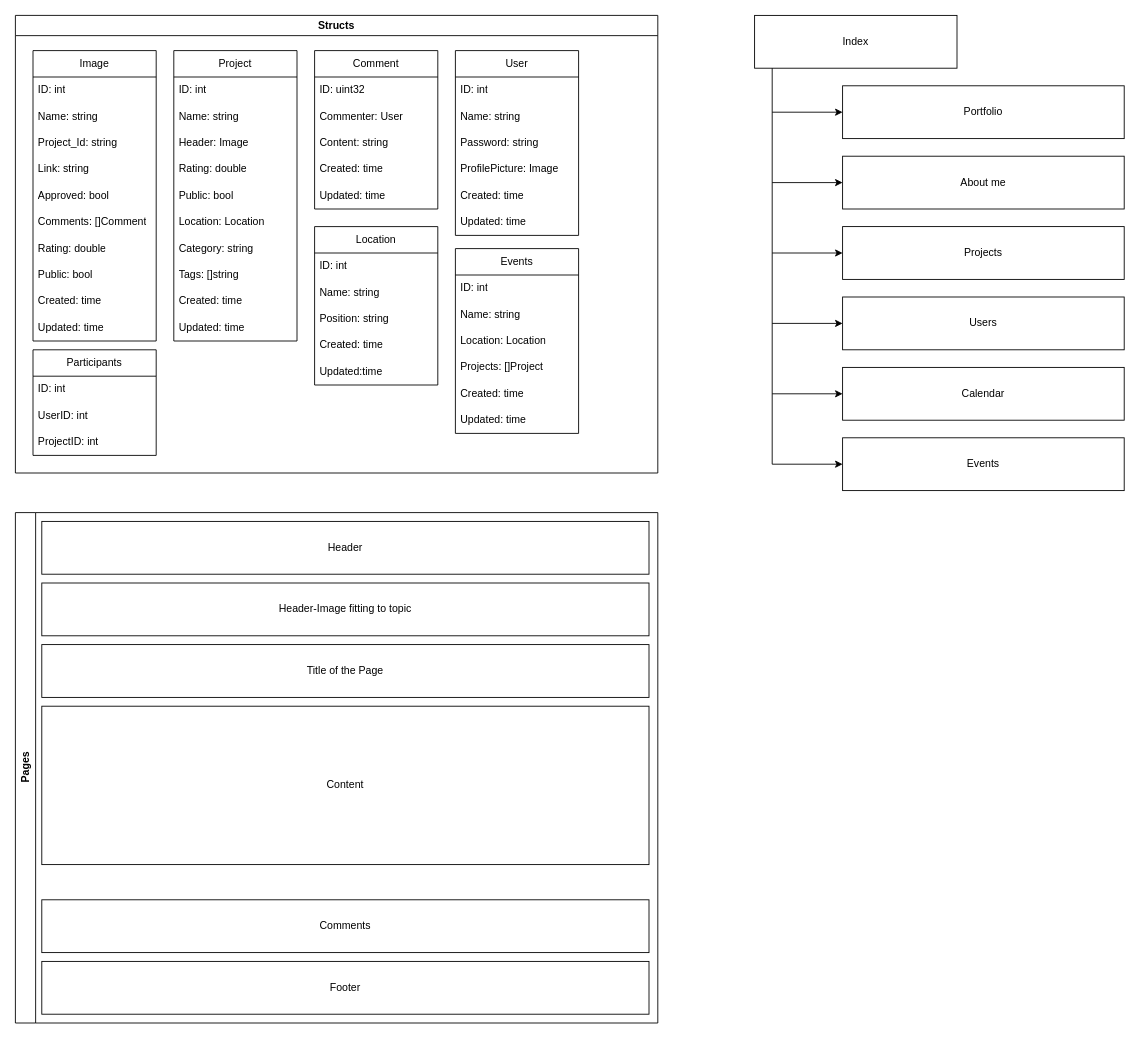
KingKeleos/KranzPhotography keeps this draw.io diagram as Diagramms/Structs.drawio. Above is the earlier version. Source tidied: cells renumbered, new cells numbered last; positions are measured from the earlier drawing's top-left corner, leaving out a move shared by most shapes. Both pictures are drawn from the tidied source at 88%, with x=0, y=0 at pixel (15, 15).
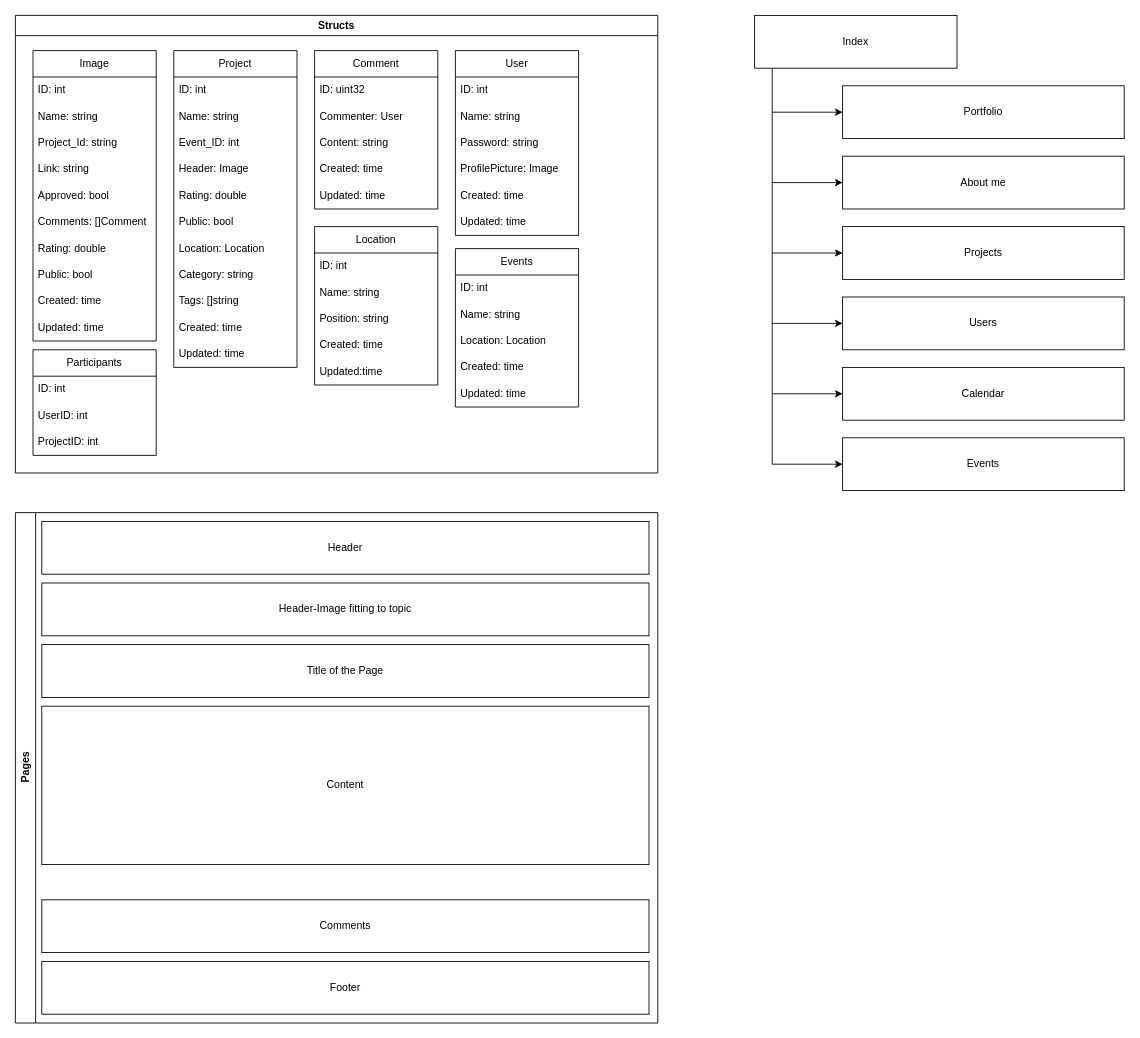
The same diagram, later.

The change refers to these unchanged cells:
```xml
<mxCell id="2" value="Structs" style="swimlane;whiteSpace=wrap;html=1;" parent="1" vertex="1">
  <mxGeometry width="730" height="520" as="geometry" />
</mxCell>
```

What changed in the source:
```diff
@@
     <mxCell id="14" value="Project" style="swimlane;fontStyle=0;horizontal=1;startSize=30;whiteSpace=wrap;html=1;" parent="2" vertex="1">
-      <mxGeometry x="180" y="40" width="140" height="330" as="geometry" />
+      <mxGeometry x="180" y="40" width="140" height="360" as="geometry" />
     </mxCell>
@@
+    <mxCell id="76" value="Event_ID: int" style="text;strokeColor=none;fillColor=none;align=left;verticalAlign=middle;spacingLeft=4;spacingRight=4;overflow=hidden;whiteSpace=wrap;html=1;" parent="14" vertex="1">
+      <mxGeometry y="90" width="140" height="30" as="geometry" />
+    </mxCell>
     <mxCell id="17" value="Header: Image" style="text;strokeColor=none;fillColor=none;align=left;verticalAlign=middle;spacingLeft=4;spacingRight=4;overflow=hidden;whiteSpace=wrap;html=1;" parent="14" vertex="1">
-      <mxGeometry y="90" width="140" height="30" as="geometry" />
+      <mxGeometry y="120" width="140" height="30" as="geometry" />
     </mxCell>
     <mxCell id="18" value="Rating: double" style="text;strokeColor=none;fillColor=none;align=left;verticalAlign=middle;spacingLeft=4;spacingRight=4;overflow=hidden;whiteSpace=wrap;html=1;" parent="14" vertex="1">
-      <mxGeometry y="120" width="140" height="30" as="geometry" />
+      <mxGeometry y="150" width="140" height="30" as="geometry" />
     </mxCell>
     <mxCell id="19" value="Public: bool" style="text;strokeColor=none;fillColor=none;align=left;verticalAlign=middle;spacingLeft=4;spacingRight=4;overflow=hidden;whiteSpace=wrap;html=1;" parent="14" vertex="1">
-      <mxGeometry y="150" width="140" height="30" as="geometry" />
+      <mxGeometry y="180" width="140" height="30" as="geometry" />
     </mxCell>
     <mxCell id="20" value="Location: Location" style="text;strokeColor=none;fillColor=none;align=left;verticalAlign=middle;spacingLeft=4;spacingRight=4;overflow=hidden;whiteSpace=wrap;html=1;" parent="14" vertex="1">
-      <mxGeometry y="180" width="140" height="30" as="geometry" />
+      <mxGeometry y="210" width="140" height="30" as="geometry" />
     </mxCell>
     <mxCell id="21" value="Category: string" style="text;strokeColor=none;fillColor=none;align=left;verticalAlign=middle;spacingLeft=4;spacingRight=4;overflow=hidden;whiteSpace=wrap;html=1;" parent="14" vertex="1">
-      <mxGeometry y="210" width="140" height="30" as="geometry" />
+      <mxGeometry y="240" width="140" height="30" as="geometry" />
     </mxCell>
     <mxCell id="22" value="Tags: []string" style="text;strokeColor=none;fillColor=none;align=left;verticalAlign=middle;spacingLeft=4;spacingRight=4;overflow=hidden;whiteSpace=wrap;html=1;" parent="14" vertex="1">
-      <mxGeometry y="240" width="140" height="30" as="geometry" />
+      <mxGeometry y="270" width="140" height="30" as="geometry" />
     </mxCell>
     <mxCell id="23" value="Created: time" style="text;strokeColor=none;fillColor=none;align=left;verticalAlign=middle;spacingLeft=4;spacingRight=4;overflow=hidden;whiteSpace=wrap;html=1;" parent="14" vertex="1">
-      <mxGeometry y="270" width="140" height="30" as="geometry" />
+      <mxGeometry y="300" width="140" height="30" as="geometry" />
     </mxCell>
     <mxCell id="24" value="Updated: time" style="text;strokeColor=none;fillColor=none;align=left;verticalAlign=middle;spacingLeft=4;spacingRight=4;overflow=hidden;whiteSpace=wrap;html=1;" parent="14" vertex="1">
-      <mxGeometry y="300" width="140" height="30" as="geometry" />
+      <mxGeometry y="330" width="140" height="30" as="geometry" />
     </mxCell>
@@
     <mxCell id="44" value="Events" style="swimlane;fontStyle=0;horizontal=1;startSize=30;whiteSpace=wrap;html=1;" parent="2" vertex="1">
-      <mxGeometry x="500" y="265" width="140" height="210" as="geometry" />
+      <mxGeometry x="500" y="265" width="140" height="180" as="geometry" />
     </mxCell>
@@
-    <mxCell id="48" value="Projects: []Project" style="text;strokeColor=none;fillColor=none;align=left;verticalAlign=middle;spacingLeft=4;spacingRight=4;overflow=hidden;whiteSpace=wrap;html=1;" parent="44" vertex="1">
-      <mxGeometry y="120" width="140" height="30" as="geometry" />
-    </mxCell>
     <mxCell id="49" value="Created: time" style="text;strokeColor=none;fillColor=none;align=left;verticalAlign=middle;spacingLeft=4;spacingRight=4;overflow=hidden;whiteSpace=wrap;html=1;" parent="44" vertex="1">
-      <mxGeometry y="150" width="140" height="30" as="geometry" />
+      <mxGeometry y="120" width="140" height="30" as="geometry" />
     </mxCell>
     <mxCell id="50" value="Updated: time" style="text;strokeColor=none;fillColor=none;align=left;verticalAlign=middle;spacingLeft=4;spacingRight=4;overflow=hidden;whiteSpace=wrap;html=1;" parent="44" vertex="1">
-      <mxGeometry y="180" width="140" height="30" as="geometry" />
+      <mxGeometry y="150" width="140" height="30" as="geometry" />
     </mxCell>
```
